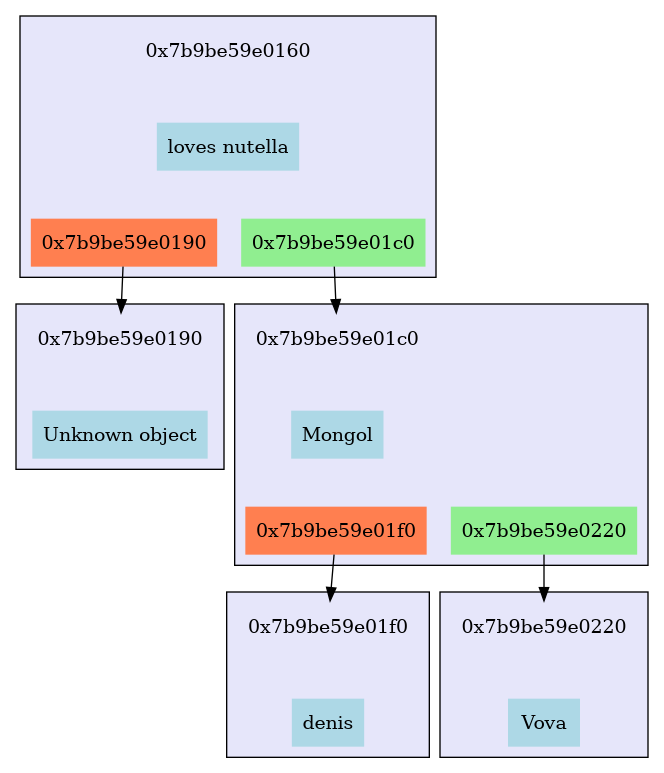
This is files/tree.png from MasterVAE/MIPT_Akinator, a Graphviz export, as it was before one commit. Its source is kept beside it as files/tree.dot.
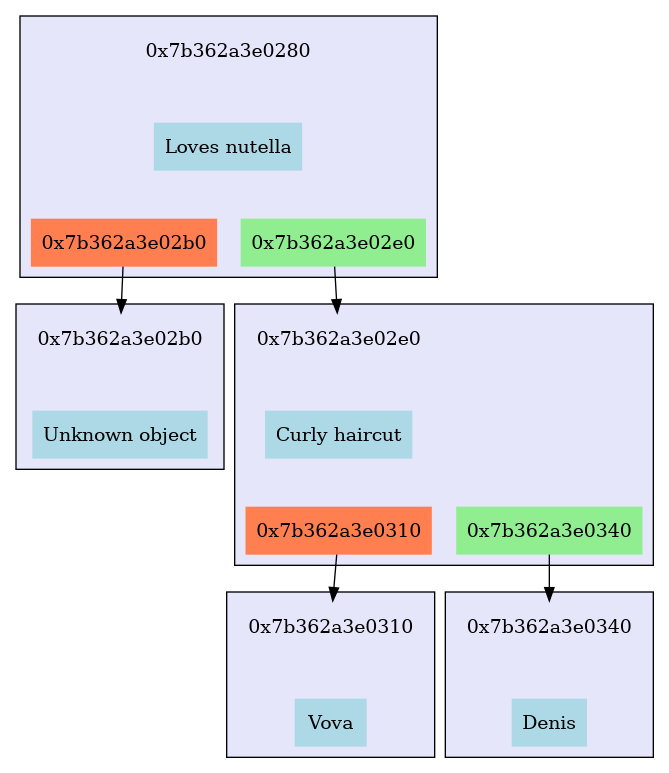
The same diagram one commit later.

Change to the diagram source:
```diff
@@ -1,80 +1,80 @@
 digraph G {	 node [shape=plaintext, style="filled"];
 	 rankdir=TB;
-subgraph cluster_0x7b9be59e0160
+subgraph cluster_0x7b362a3e0280
 {
 	style=filled;
 	rank=0;
 	fillcolor=lavender;
-	"0x7b9be59e0160_address"[label="0x7b9be59e0160",fillcolor="lavender"];
-	"0x7b9be59e0160_value"[label="loves nutella",fillcolor="lightblue"];
-	subgraph "0x7b9be59e0160_bottom"
+	"0x7b362a3e0280_address"[label="0x7b362a3e0280",fillcolor="lavender"];
+	"0x7b362a3e0280_value"[label="Loves nutella",fillcolor="lightblue"];
+	subgraph "0x7b362a3e0280_bottom"
 	{
 		 style=invis;
-		"0x7b9be59e0160_left"[label="0x7b9be59e0190",fillcolor="coral"];
-		"0x7b9be59e0160_right"[label="0x7b9be59e01c0",fillcolor="lightgreen"];
+		"0x7b362a3e0280_left"[label="0x7b362a3e02b0",fillcolor="coral"];
+		"0x7b362a3e0280_right"[label="0x7b362a3e02e0",fillcolor="lightgreen"];
 	}
-	"0x7b9be59e0160_address"->"0x7b9be59e0160_value"[style=invis,weight=10];
-	"0x7b9be59e0160_value"->"0x7b9be59e0160_left"[style=invis,weight=10];
-	"0x7b9be59e0160_value"->"0x7b9be59e0160_right"[style=invis,weight=10];
+	"0x7b362a3e0280_address"->"0x7b362a3e0280_value"[style=invis,weight=10];
+	"0x7b362a3e0280_value"->"0x7b362a3e0280_left"[style=invis,weight=10];
+	"0x7b362a3e0280_value"->"0x7b362a3e0280_right"[style=invis,weight=10];
 }
-"0x7b9be59e0160_left" -> "0x7b9be59e0190_address";
-subgraph cluster_0x7b9be59e0190
+"0x7b362a3e0280_left" -> "0x7b362a3e02b0_address";
+subgraph cluster_0x7b362a3e02b0
 {
 	style=filled;
 	rank=1;
 	fillcolor=lavender;
-	"0x7b9be59e0190_address"[label="0x7b9be59e0190",fillcolor="lavender"];
-	"0x7b9be59e0190_value"[label="Unknown object",fillcolor="lightblue"];
-	subgraph "0x7b9be59e0190_bottom"
+	"0x7b362a3e02b0_address"[label="0x7b362a3e02b0",fillcolor="lavender"];
+	"0x7b362a3e02b0_value"[label="Unknown object",fillcolor="lightblue"];
+	subgraph "0x7b362a3e02b0_bottom"
 	{
 		 style=invis;
 	}
-	"0x7b9be59e0190_address"->"0x7b9be59e0190_value"[style=invis,weight=10];
+	"0x7b362a3e02b0_address"->"0x7b362a3e02b0_value"[style=invis,weight=10];
 }
-"0x7b9be59e0160_right" -> "0x7b9be59e01c0_address";
-subgraph cluster_0x7b9be59e01c0
+"0x7b362a3e0280_right" -> "0x7b362a3e02e0_address";
+subgraph cluster_0x7b362a3e02e0
 {
 	style=filled;
 	rank=1;
 	fillcolor=lavender;
-	"0x7b9be59e01c0_address"[label="0x7b9be59e01c0",fillcolor="lavender"];
-	"0x7b9be59e01c0_value"[label="Mongol",fillcolor="lightblue"];
-	subgraph "0x7b9be59e01c0_bottom"
+	"0x7b362a3e02e0_address"[label="0x7b362a3e02e0",fillcolor="lavender"];
+	"0x7b362a3e02e0_value"[label="Curly haircut",fillcolor="lightblue"];
+	subgraph "0x7b362a3e02e0_bottom"
 	{
 		 style=invis;
-		"0x7b9be59e01c0_left"[label="0x7b9be59e01f0",fillcolor="coral"];
-		"0x7b9be59e01c0_right"[label="0x7b9be59e0220",fillcolor="lightgreen"];
+		"0x7b362a3e02e0_left"[label="0x7b362a3e0310",fillcolor="coral"];
+		"0x7b362a3e02e0_right"[label="0x7b362a3e0340",fillcolor="lightgreen"];
 	}
-	"0x7b9be59e01c0_address"->"0x7b9be59e01c0_value"[style=invis,weight=10];
-	"0x7b9be59e01c0_value"->"0x7b9be59e01c0_left"[style=invis,weight=10];
-	"0x7b9be59e01c0_value"->"0x7b9be59e01c0_right"[style=invis,weight=10];
+	"0x7b362a3e02e0_address"->"0x7b362a3e02e0_value"[style=invis,weight=10];
+	"0x7b362a3e02e0_value"->"0x7b362a3e02e0_left"[style=invis,weight=10];
+	"0x7b362a3e02e0_value"->"0x7b362a3e02e0_right"[style=invis,weight=10];
 }
-"0x7b9be59e01c0_left" -> "0x7b9be59e01f0_address";
-subgraph cluster_0x7b9be59e01f0
+"0x7b362a3e02e0_left" -> "0x7b362a3e0310_address";
+subgraph cluster_0x7b362a3e0310
 {
 	style=filled;
 	rank=2;
 	fillcolor=lavender;
-	"0x7b9be59e01f0_address"[label="0x7b9be59e01f0",fillcolor="lavender"];
-	"0x7b9be59e01f0_value"[label="denis",fillcolor="lightblue"];
-	subgraph "0x7b9be59e01f0_bottom"
+	"0x7b362a3e0310_address"[label="0x7b362a3e0310",fillcolor="lavender"];
+	"0x7b362a3e0310_value"[label="Vova",fillcolor="lightblue"];
+	subgraph "0x7b362a3e0310_bottom"
 	{
 		 style=invis;
 	}
-	"0x7b9be59e01f0_address"->"0x7b9be59e01f0_value"[style=invis,weight=10];
+	"0x7b362a3e0310_address"->"0x7b362a3e0310_value"[style=invis,weight=10];
 }
-"0x7b9be59e01c0_right" -> "0x7b9be59e0220_address";
-subgraph cluster_0x7b9be59e0220
+"0x7b362a3e02e0_right" -> "0x7b362a3e0340_address";
+subgraph cluster_0x7b362a3e0340
 {
 	style=filled;
 	rank=2;
 	fillcolor=lavender;
-	"0x7b9be59e0220_address"[label="0x7b9be59e0220",fillcolor="lavender"];
-	"0x7b9be59e0220_value"[label="Vova",fillcolor="lightblue"];
-	subgraph "0x7b9be59e0220_bottom"
+	"0x7b362a3e0340_address"[label="0x7b362a3e0340",fillcolor="lavender"];
+	"0x7b362a3e0340_value"[label="Denis",fillcolor="lightblue"];
+	subgraph "0x7b362a3e0340_bottom"
 	{
 		 style=invis;
 	}
-	"0x7b9be59e0220_address"->"0x7b9be59e0220_value"[style=invis,weight=10];
+	"0x7b362a3e0340_address"->"0x7b362a3e0340_value"[style=invis,weight=10];
 }
 }
```
